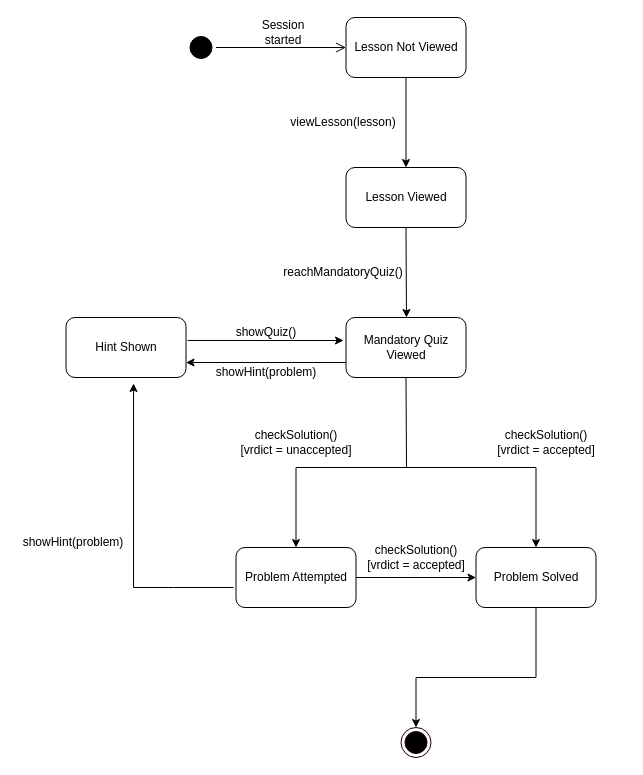
Above: page "Lesson and Mandatory Quiz" (4 of 8) of fianl_state.drawio in MdHuzzatunAli/ISD (draw.io), before the change. Source tidied: cells renumbered, new cells numbered last; positions are measured from the earlier drawing's top-left corner, leaving out a move shared by most shapes. Both pictures are drawn from the tidied source at 100%, with x=0, y=0 at pixel (43, 17).
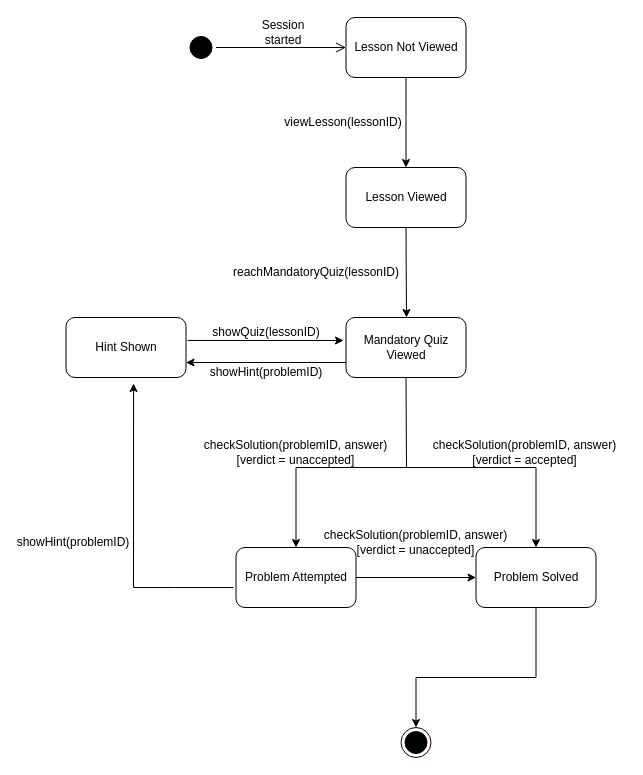
The same page after the edit.

The edit, as a diff of the source:
```diff
@@
-    <mxCell id="6" value="viewLesson(lesson)" style="text;strokeColor=none;align=center;fillColor=none;html=1;verticalAlign=middle;whiteSpace=wrap;rounded=0;" parent="1" vertex="1">
+    <mxCell id="6" value="viewLesson(lessonID)" style="text;strokeColor=none;align=center;fillColor=none;html=1;verticalAlign=middle;whiteSpace=wrap;rounded=0;" parent="1" vertex="1">
       <mxGeometry x="270" y="90" width="60" height="30" as="geometry" />
     </mxCell>
@@
-    <mxCell id="15" value="checkSolution()&lt;br&gt;[vrdict = accepted]" style="text;strokeColor=none;align=center;fillColor=none;html=1;verticalAlign=middle;whiteSpace=wrap;rounded=0;" parent="1" vertex="1">
-      <mxGeometry x="442.5" y="410" width="120" height="30" as="geometry" />
-    </mxCell>
-    <mxCell id="16" value="checkSolution()&lt;br&gt;[vrdict = unaccepted]" style="text;strokeColor=none;align=center;fillColor=none;html=1;verticalAlign=middle;whiteSpace=wrap;rounded=0;" parent="1" vertex="1">
-      <mxGeometry x="192.5" y="410" width="120" height="30" as="geometry" />
+    <mxCell id="16" value="checkSolution(problemID, answer)&lt;br&gt;[verdict = unaccepted]" style="text;strokeColor=none;align=center;fillColor=none;html=1;verticalAlign=middle;whiteSpace=wrap;rounded=0;" parent="1" vertex="1">
+      <mxGeometry x="151.2" y="420" width="202.5" height="30" as="geometry" />
     </mxCell>
-    <mxCell id="17" value="checkSolution()&lt;br&gt;[vrdict = accepted]" style="text;strokeColor=none;align=center;fillColor=none;html=1;verticalAlign=middle;whiteSpace=wrap;rounded=0;" parent="1" vertex="1">
-      <mxGeometry x="312.5" y="525" width="120" height="30" as="geometry" />
-    </mxCell>
@@
-    <mxCell id="25" value="reachMandatoryQuiz()" style="text;strokeColor=none;align=center;fillColor=none;html=1;verticalAlign=middle;whiteSpace=wrap;rounded=0;" parent="1" vertex="1">
-      <mxGeometry x="270" y="240" width="60" height="30" as="geometry" />
+    <mxCell id="25" value="reachMandatoryQuiz(lessonID)" style="text;strokeColor=none;align=center;fillColor=none;html=1;verticalAlign=middle;whiteSpace=wrap;rounded=0;" parent="1" vertex="1">
+      <mxGeometry x="242.5" y="240" width="60" height="30" as="geometry" />
     </mxCell>
@@
-    <mxCell id="31" value="showHint(problem)" style="text;strokeColor=none;align=center;fillColor=none;html=1;verticalAlign=middle;whiteSpace=wrap;rounded=0;" parent="1" vertex="1">
+    <mxCell id="31" value="showHint(problemID)" style="text;strokeColor=none;align=center;fillColor=none;html=1;verticalAlign=middle;whiteSpace=wrap;rounded=0;" parent="1" vertex="1">
       <mxGeometry y="510" width="60" height="30" as="geometry" />
     </mxCell>
@@
-    <mxCell id="34" value="showHint(problem)" style="text;strokeColor=none;align=center;fillColor=none;html=1;verticalAlign=middle;whiteSpace=wrap;rounded=0;" parent="1" vertex="1">
+    <mxCell id="34" value="showHint(problemID)" style="text;strokeColor=none;align=center;fillColor=none;html=1;verticalAlign=middle;whiteSpace=wrap;rounded=0;" parent="1" vertex="1">
       <mxGeometry x="192.5" y="340" width="60" height="30" as="geometry" />
     </mxCell>
-    <mxCell id="35" value="showQuiz()" style="text;strokeColor=none;align=center;fillColor=none;html=1;verticalAlign=middle;whiteSpace=wrap;rounded=0;" parent="1" vertex="1">
+    <mxCell id="35" value="showQuiz(lessonID)" style="text;strokeColor=none;align=center;fillColor=none;html=1;verticalAlign=middle;whiteSpace=wrap;rounded=0;" parent="1" vertex="1">
       <mxGeometry x="192.5" y="300" width="60" height="30" as="geometry" />
     </mxCell>
+    <mxCell id="36" value="checkSolution(problemID, answer)&lt;br&gt;[verdict = accepted]" style="text;strokeColor=none;align=center;fillColor=none;html=1;verticalAlign=middle;whiteSpace=wrap;rounded=0;" parent="1" vertex="1">
+      <mxGeometry x="380" y="420" width="202.5" height="30" as="geometry" />
+    </mxCell>
+    <mxCell id="37" value="checkSolution(problemID, answer)&lt;br&gt;[verdict = unaccepted]" style="text;strokeColor=none;align=center;fillColor=none;html=1;verticalAlign=middle;whiteSpace=wrap;rounded=0;" parent="1" vertex="1">
+      <mxGeometry x="271.2" y="510" width="202.5" height="30" as="geometry" />
+    </mxCell>
```
